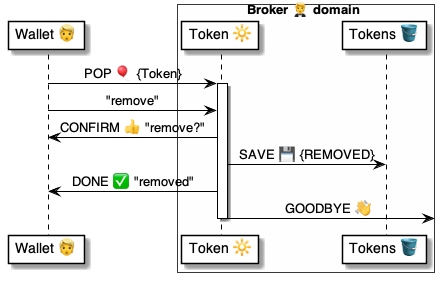
The PlantUML diagram 4 ⚙️ Solution/20 🧑‍🦰 UI/Brokers 🤵/🤵🔆 Broker locators/PopToken 🔆/Token » Remove/🤵 PopTokenRemove ⚙️ uml.png in pollyweb-org/pollyweb-docs, before a commit. Its source is kept beside it as 4 ⚙️ Solution/20 🧑‍🦰 UI/Brokers 🤵/🤵🔆 Broker locators/PopToken 🔆/Token » Remove/🤵 PopTokenRemove ⚙️ uml.puml.
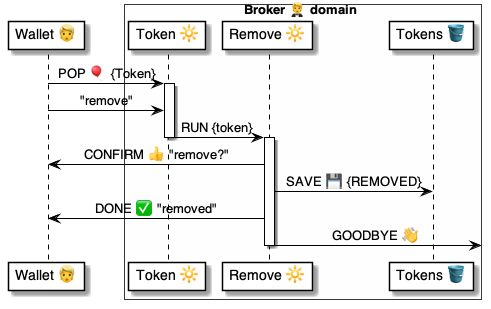
The same diagram one commit later.

Change to the diagram source:
```diff
@@ -1,8 +1,9 @@
-@startuml PopRemoveToken
+@startuml PopTokenRemove
 
 participant "Wallet 👱" as wallet
 box Broker 🤵 domain #FFFFFA
     participant "Token 🔆" as token
+    participant "Remove 🔆" as remove
     participant "Tokens 🪣" as tokens
 end box
 
@@ -11,10 +12,14 @@
 
 activate token
     wallet -> token: "remove"
-    token -> wallet: CONFIRM 👍 "remove?"
-    token -> tokens: SAVE 💾 {REMOVED}
-    token -> wallet: DONE ✅ "removed"
-    token -> : GOODBYE 👋
+    token -> remove: RUN {token}
 deactivate token
 
+activate remove
+    remove -> wallet: CONFIRM 👍 "remove?"
+    remove -> tokens: SAVE 💾 {REMOVED}
+    remove -> wallet: DONE ✅ "removed"
+    remove -> : GOODBYE 👋
+deactivate remove
+
 @enduml
```
